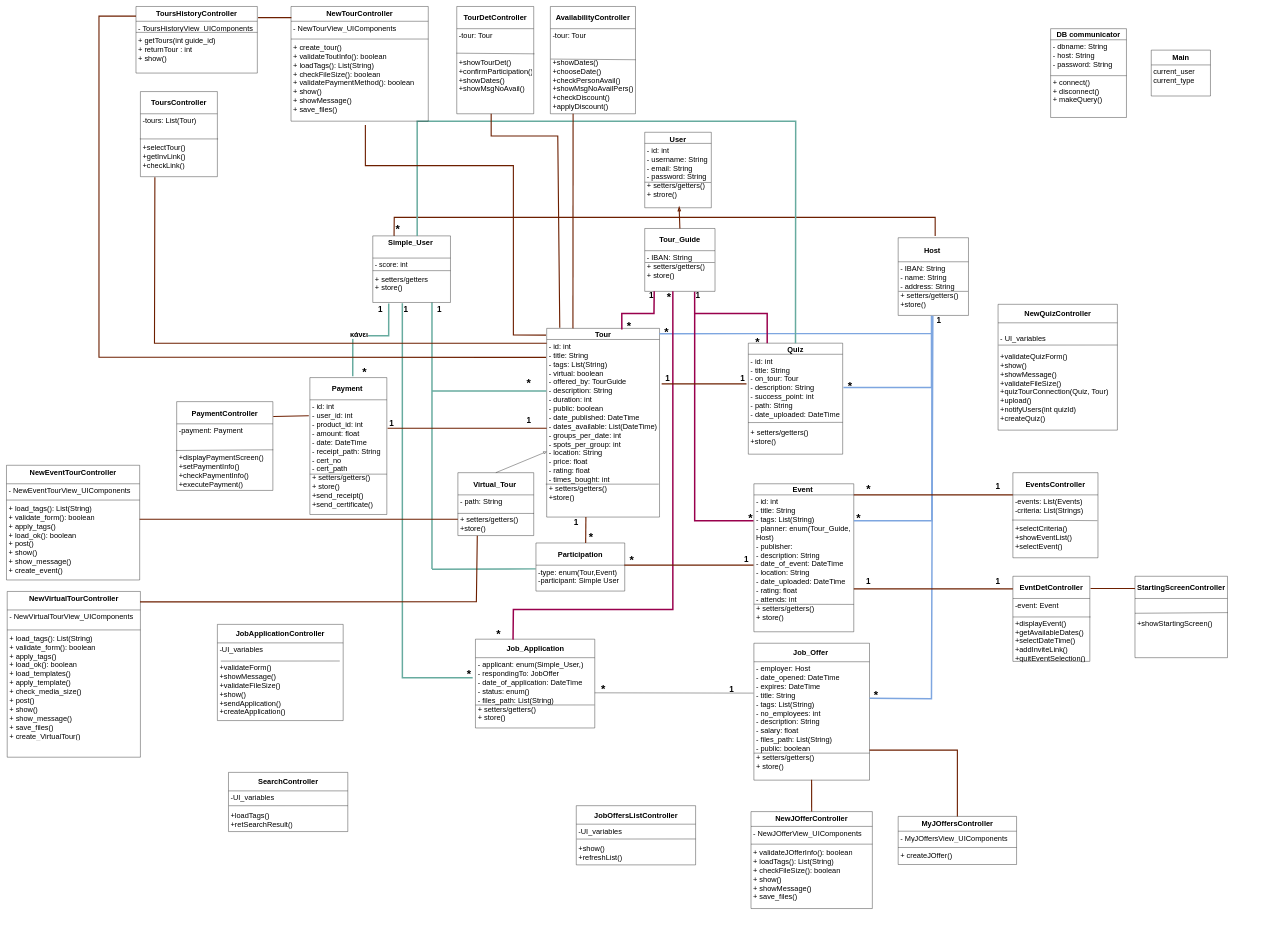
sfikastheo/CEID-SoftwareEngineering-2023 keeps this draw.io diagram as Phase-4/TempFiles/Diagrams/Domain-Model-v0.3_final.drawio. Above is the earlier version. Source tidied: cells renumbered, new cells numbered last; positions are measured from the earlier drawing's top-left corner, leaving out a move shared by most shapes. Both pictures are drawn from the tidied source at 37%, with x=0, y=0 at pixel (6, 6).
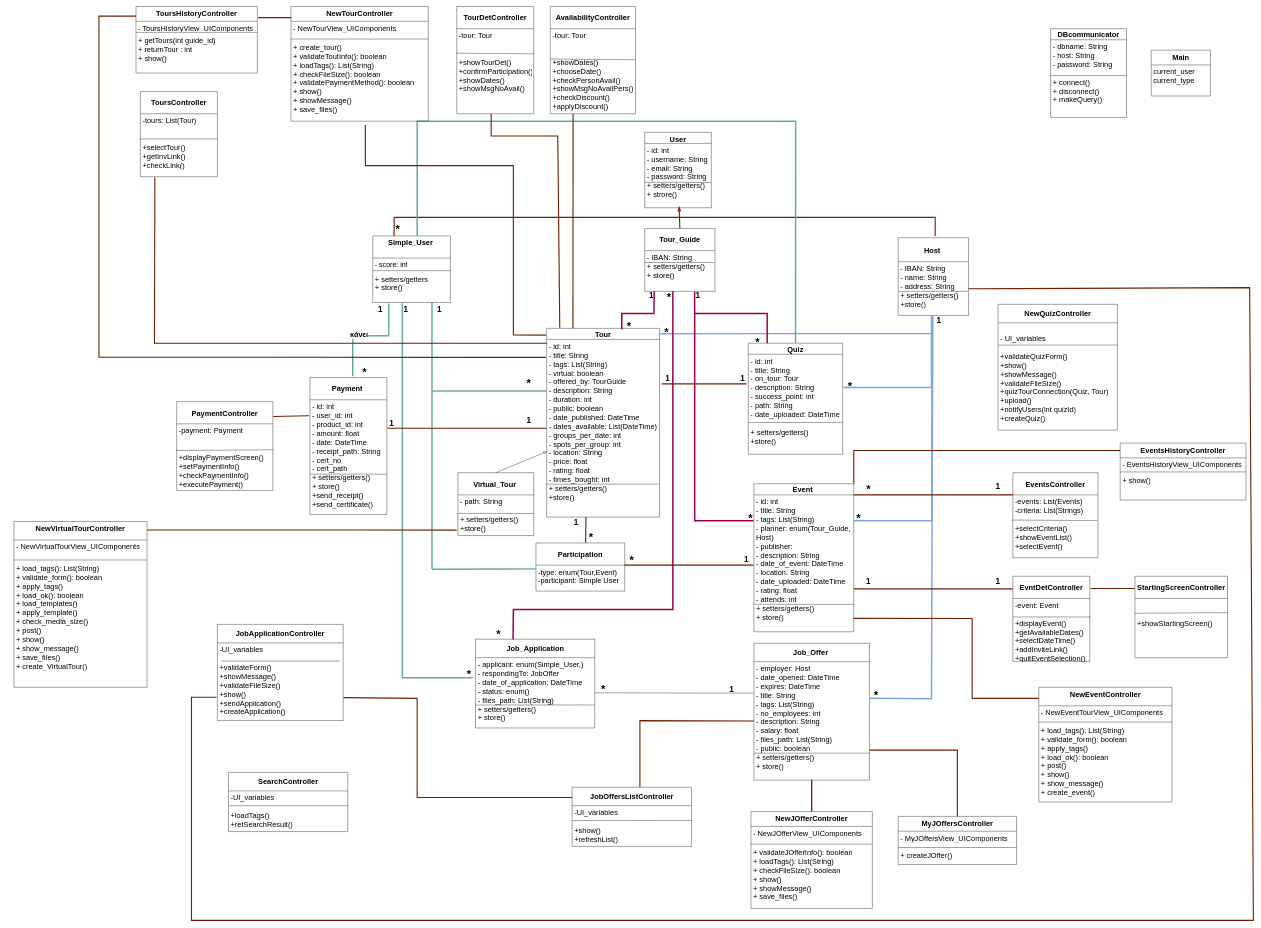
The same diagram, later.

Commit message (it also covers changes not shown here):
updated domain-model-v0.3-final, added docs & pdfs for project-plan and team-plan

The change refers to these unchanged cells:
```xml
<mxCell id="23" value="- path: String&lt;br&gt;&lt;br&gt;+ setters/getters()&lt;br&gt;+store()" style="text;strokeColor=none;fillColor=none;align=left;verticalAlign=top;spacingLeft=4;spacingRight=4;overflow=hidden;points=[[0,0.5],[1,0.5]];portConstraint=eastwest;whiteSpace=wrap;html=1;fontSize=20;" parent="22" vertex="1">
  <mxGeometry y="60" width="205" height="110" as="geometry" />
</mxCell>
<mxCell id="24" value="&lt;b style=&quot;border-color: var(--border-color);&quot;&gt;Event&amp;nbsp;&lt;/b&gt;" style="swimlane;fontStyle=0;horizontal=1;startSize=30;whiteSpace=wrap;html=1;fontSize=20;" parent="1" vertex="1">
  <mxGeometry x="2020" y="1290" width="270" height="400" as="geometry" />
</mxCell>
<mxCell id="99" value="-UI_variables&lt;br&gt;&lt;br&gt;+validateForm()&lt;br&gt;+showMessage()&lt;br&gt;+validateFileSize()&lt;br&gt;+show()&lt;br&gt;+sendApplication()&lt;br&gt;+createApplication()" style="text;strokeColor=none;fillColor=none;align=left;verticalAlign=top;spacingLeft=4;spacingRight=4;overflow=hidden;points=[[0,0.5],[1,0.5]];portConstraint=eastwest;whiteSpace=wrap;html=1;fontSize=20;" parent="97" vertex="1">
  <mxGeometry y="50" width="340" height="210" as="geometry" />
</mxCell>
```

What changed in the source:
```diff
@@
     <mxCell id="100" value="&lt;b&gt;JobOffersListController&lt;/b&gt;" style="swimlane;fontStyle=0;horizontal=1;startSize=50;whiteSpace=wrap;html=1;fontSize=20;" parent="1" vertex="1">
-      <mxGeometry x="1540" y="2160" width="322.5" height="160" as="geometry" />
+      <mxGeometry x="1528.8" y="2110" width="322.5" height="160" as="geometry" />
     </mxCell>
@@
-    <mxCell id="148" value="&lt;b style=&quot;font-size: 20px;&quot;&gt;DB communicator&lt;/b&gt;" style="swimlane;fontStyle=0;horizontal=1;startSize=30;whiteSpace=wrap;html=1;fontSize=20;" parent="1" vertex="1">
+    <mxCell id="148" value="&lt;b style=&quot;font-size: 20px;&quot;&gt;DBcommunicator&lt;/b&gt;" style="swimlane;fontStyle=0;horizontal=1;startSize=30;whiteSpace=wrap;html=1;fontSize=20;" parent="1" vertex="1">
       <mxGeometry x="2822" y="60" width="205" height="240" as="geometry" />
     </mxCell>
@@
-    <mxCell id="161" value="NewEventTourController" style="swimlane;fontStyle=1;align=center;verticalAlign=top;horizontal=1;startSize=50;whiteSpace=wrap;html=1;fontSize=20;" parent="1" vertex="1">
-      <mxGeometry y="1240" width="360" height="310" as="geometry" />
+    <mxCell id="161" value="NewEventController" style="swimlane;fontStyle=1;align=center;verticalAlign=top;horizontal=1;startSize=50;whiteSpace=wrap;html=1;fontSize=20;" parent="1" vertex="1">
+      <mxGeometry x="2790" y="1840" width="360" height="310" as="geometry" />
     </mxCell>
@@
     <mxCell id="165" value="NewVirtualTourController" style="swimlane;fontStyle=1;align=center;verticalAlign=top;horizontal=1;startSize=50;whiteSpace=wrap;html=1;fontSize=20;" parent="1" vertex="1">
-      <mxGeometry x="2" y="1581" width="360" height="448" as="geometry" />
+      <mxGeometry x="20" y="1392" width="360" height="448" as="geometry" />
     </mxCell>
@@
     <mxCell id="169" style="endArrow=none;html=1;rounded=0;strokeColor=#6D1F00;fillColor=#a0522d;strokeWidth=3;" parent="1" edge="1">
       <mxGeometry relative="1" as="geometry">
-        <mxPoint x="360" y="1386" as="sourcePoint" />
-        <mxPoint x="1220" y="1386" as="targetPoint" />
+        <mxPoint x="2290" y="1653.8" as="sourcePoint" />
+        <mxPoint x="2790" y="1870" as="targetPoint" />
+        <Array as="points">
+          <mxPoint x="2610" y="1654" />
+          <mxPoint x="2610" y="1870" />
+        </Array>
       </mxGeometry>
     </mxCell>
-    <mxCell id="170" style="endArrow=none;html=1;rounded=0;strokeColor=#6D1F00;fillColor=#a0522d;strokeWidth=3;entryX=0.256;entryY=1.002;entryDx=0;entryDy=0;entryPerimeter=0;exitX=0.997;exitY=0.063;exitDx=0;exitDy=0;exitPerimeter=0;" parent="1" edge="1" source="165" target="23">
+    <mxCell id="170" style="endArrow=none;html=1;rounded=0;strokeColor=#6D1F00;fillColor=#a0522d;strokeWidth=3;entryX=-0.015;entryY=0.866;entryDx=0;entryDy=0;entryPerimeter=0;" parent="1" edge="1" target="23">
       <mxGeometry relative="1" as="geometry">
+        <mxPoint x="380" y="1415" as="sourcePoint" />
         <Array as="points">
-          <mxPoint x="1270" y="1609" />
+          <mxPoint x="960" y="1415" />
         </Array>
       </mxGeometry>
     </mxCell>
+    <mxCell id="171" value="EventsHistoryController" style="swimlane;fontStyle=1;align=center;verticalAlign=top;horizontal=1;startSize=40;whiteSpace=wrap;html=1;fontSize=20;" parent="1" vertex="1">
+      <mxGeometry x="3010" y="1180" width="340" height="154" as="geometry" />
+    </mxCell>
+    <mxCell id="172" value="- EventsHistoryView_UIComponents" style="text;strokeColor=none;fillColor=none;align=left;verticalAlign=top;spacingLeft=4;spacingRight=4;overflow=hidden;whiteSpace=wrap;html=1;fontSize=20;" parent="171" vertex="1">
+      <mxGeometry y="40" width="340" height="34" as="geometry" />
+    </mxCell>
+    <mxCell id="173" style="line;strokeWidth=1;fillColor=none;align=left;verticalAlign=middle;spacingTop=-1;spacingLeft=3;spacingRight=3;labelPosition=right;strokeColor=inherit;" parent="171" vertex="1">
+      <mxGeometry y="74" width="340" height="8" as="geometry" />
+    </mxCell>
+    <mxCell id="174" value="+ show()" style="text;strokeColor=none;fillColor=none;align=left;verticalAlign=top;spacingLeft=4;spacingRight=4;overflow=hidden;whiteSpace=wrap;html=1;fontSize=20;" parent="171" vertex="1">
+      <mxGeometry y="82" width="340" height="72" as="geometry" />
+    </mxCell>
+    <mxCell id="175" style="endArrow=none;html=1;rounded=0;entryX=0;entryY=0.5;entryDx=0;entryDy=0;strokeColor=#6D1F00;fillColor=#a0522d;strokeWidth=3;exitX=1;exitY=0;exitDx=0;exitDy=0;" parent="1" edge="1" source="24">
+      <mxGeometry relative="1" as="geometry">
+        <mxPoint x="3010" y="1200" as="targetPoint" />
+        <Array as="points">
+          <mxPoint x="2290" y="1200" />
+        </Array>
+      </mxGeometry>
+    </mxCell>
+    <mxCell id="176" style="endArrow=none;html=1;rounded=0;entryX=0;entryY=0.5;entryDx=0;entryDy=0;exitX=0.75;exitY=0;exitDx=0;exitDy=0;strokeWidth=3;strokeColor=#6D1F00;" parent="1" edge="1">
+      <mxGeometry relative="1" as="geometry">
+        <mxPoint x="1712" y="2110" as="sourcePoint" />
+        <mxPoint x="2020" y="1931" as="targetPoint" />
+        <Array as="points">
+          <mxPoint x="1712" y="1930" />
+        </Array>
+      </mxGeometry>
+    </mxCell>
+    <mxCell id="177" style="endArrow=none;html=1;rounded=0;entryX=0;entryY=0.25;entryDx=0;entryDy=0;strokeColor=#6D1F00;strokeWidth=3;exitX=1.002;exitY=0.704;exitDx=0;exitDy=0;exitPerimeter=0;" parent="1" edge="1" source="99">
+      <mxGeometry relative="1" as="geometry">
+        <mxPoint x="1530" y="2138" as="targetPoint" />
+        <Array as="points">
+          <mxPoint x="1110" y="1870" />
+          <mxPoint x="1110" y="2138" />
+          <mxPoint x="1470" y="2138" />
+        </Array>
+      </mxGeometry>
+    </mxCell>
+    <mxCell id="178" style="endArrow=none;html=1;rounded=0;entryX=0.5;entryY=0;entryDx=0;entryDy=0;strokeColor=#6D1F00;fillColor=#a0522d;strokeWidth=3;" parent="1" edge="1">
+      <mxGeometry relative="1" as="geometry">
+        <mxPoint x="2176" y="2090" as="sourcePoint" />
+        <mxPoint x="2176" y="2176" as="targetPoint" />
+      </mxGeometry>
+    </mxCell>
+    <mxCell id="179" style="endArrow=none;html=1;rounded=0;entryX=-0.007;entryY=0.699;entryDx=0;entryDy=0;entryPerimeter=0;exitX=1;exitY=0.5;exitDx=0;exitDy=0;strokeWidth=3;strokeColor=#6D1F00;" parent="1" edge="1" target="99">
+      <mxGeometry relative="1" as="geometry">
+        <mxPoint x="2600" y="763" as="sourcePoint" />
+        <Array as="points">
+          <mxPoint x="3360" y="760" />
+          <mxPoint x="3370" y="2470" />
+          <mxPoint x="500" y="2470" />
+          <mxPoint x="500" y="1867" />
+        </Array>
+      </mxGeometry>
+    </mxCell>
```
